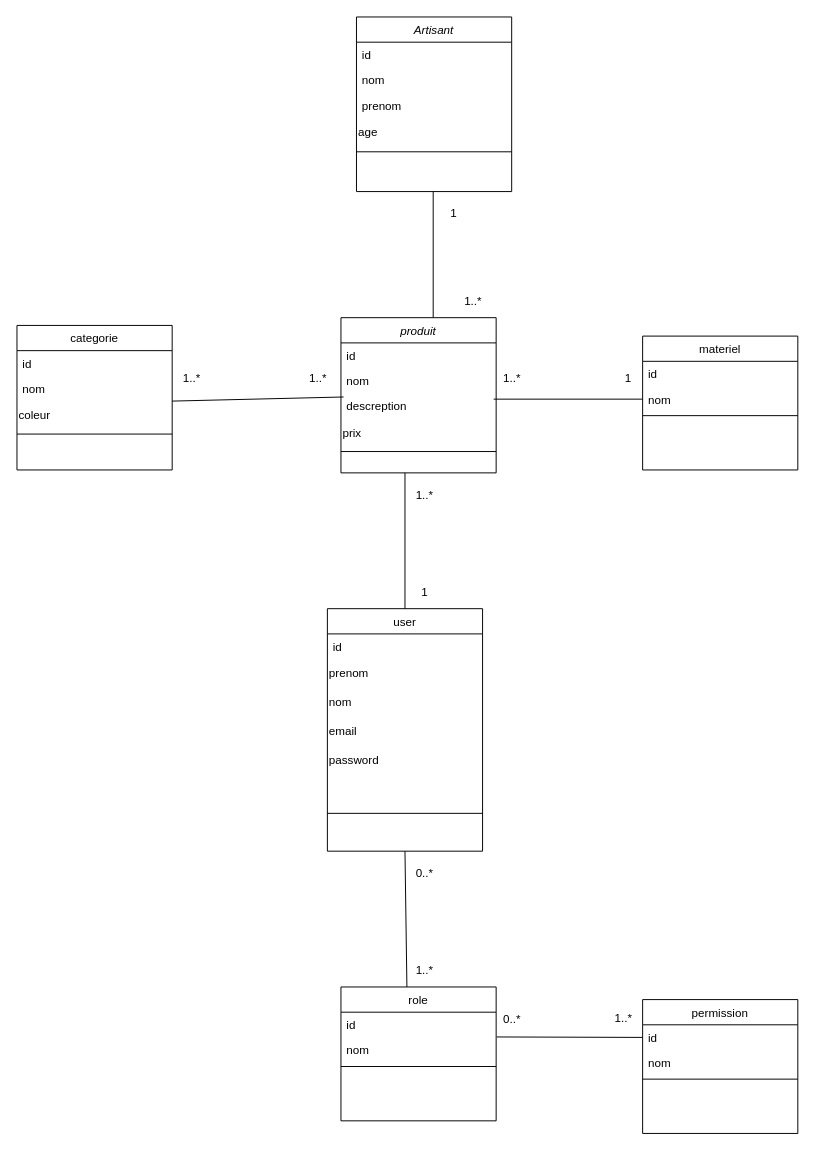
Above: class diagram.drawio in Sanalouafi/snaat-baldi-dashboard (draw.io), before the change. Source tidied: cells renumbered, new cells numbered last; positions are measured from the earlier drawing's top-left corner, leaving out a move shared by most shapes. Both pictures are drawn from the tidied source at 97%, with x=0, y=0 at pixel (16, 16).
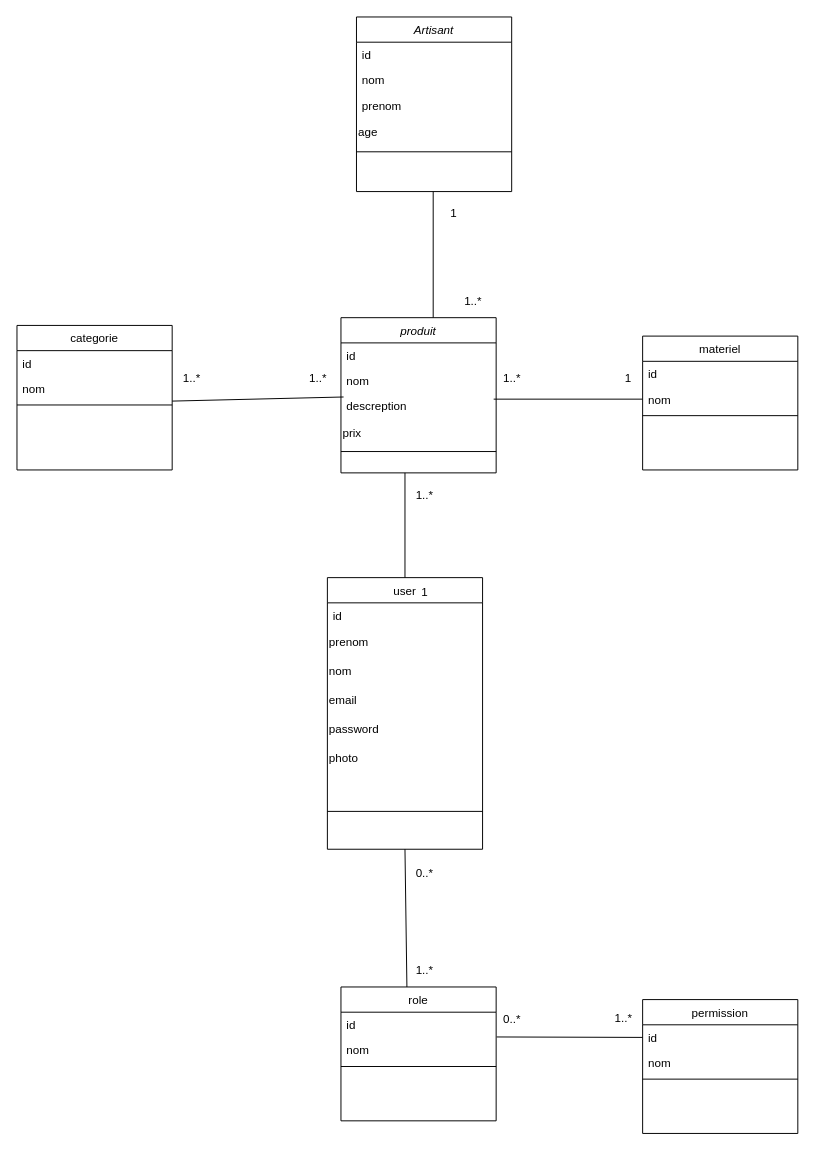
The same diagram, later.

Commit message:
Mettre à jour class diagram.drawio

Unchanged cells that the change refers to:
```xml
<mxCell id="5" value="descreption" style="text;align=left;verticalAlign=top;spacingLeft=4;spacingRight=4;overflow=hidden;points=[[0,0.5],[1,0.5]];portConstraint=eastwest;rounded=0;shadow=0;html=0;" parent="2" vertex="1">
  <mxGeometry y="78" width="160" height="26" as="geometry" />
</mxCell>
<mxCell id="19" value="categorie" style="swimlane;fontStyle=0;align=center;verticalAlign=top;horizontal=1;startSize=26;rounded=0;shadow=0;strokeWidth=1;" parent="1" vertex="1">
  <mxGeometry y="318" width="160" height="149" as="geometry" />
</mxCell>
```

Diff of the diagram source:
```diff
@@
     <mxCell id="12" value="user" style="swimlane;fontStyle=0;align=center;verticalAlign=top;horizontal=1;startSize=26;rounded=0;shadow=0;strokeWidth=1;" parent="1" vertex="1">
-      <mxGeometry x="320" y="610" width="160" height="250" as="geometry" />
+      <mxGeometry x="320" y="578" width="160" height="280" as="geometry" />
     </mxCell>
@@
+    <mxCell id="56" value="&lt;div align=&quot;left&quot;&gt;photo&lt;/div&gt;" style="text;strokeColor=none;align=left;fillColor=none;html=1;verticalAlign=middle;whiteSpace=wrap;rounded=0;" parent="12" vertex="1">
+      <mxGeometry y="172" width="160" height="30" as="geometry" />
+    </mxCell>
     <mxCell id="18" style="line;html=1;strokeWidth=1;align=left;verticalAlign=middle;spacingTop=-1;spacingLeft=3;spacingRight=3;labelPosition=right;" parent="12" vertex="1">
-      <mxGeometry y="172" width="160" height="78" as="geometry" />
+      <mxGeometry y="202" width="160" height="78" as="geometry" />
     </mxCell>
@@
-    <mxCell id="22" value="&lt;div align=&quot;left&quot;&gt;coleur&lt;/div&gt;" style="text;strokeColor=none;align=left;fillColor=none;html=1;verticalAlign=middle;whiteSpace=wrap;rounded=0;" parent="19" vertex="1">
-      <mxGeometry y="78" width="160" height="30" as="geometry" />
-    </mxCell>
     <mxCell id="23" style="line;html=1;strokeWidth=1;align=left;verticalAlign=middle;spacingTop=-1;spacingLeft=3;spacingRight=3;labelPosition=right;" parent="19" vertex="1">
-      <mxGeometry y="108" width="160" height="8" as="geometry" />
+      <mxGeometry y="78" width="160" height="8" as="geometry" />
     </mxCell>
@@
-    <mxCell id="29" style="endArrow=none;html=1;rounded=0;exitX=1;exitY=0;exitDx=0;exitDy=0;entryX=0.017;entryY=0.145;entryDx=0;entryDy=0;entryPerimeter=0;" parent="1" edge="1" source="22" target="5">
-      <mxGeometry relative="1" as="geometry" />
+    <mxCell id="29" style="endArrow=none;html=1;rounded=0;exitX=1;exitY=0;exitDx=0;exitDy=0;entryX=0.017;entryY=0.145;entryDx=0;entryDy=0;entryPerimeter=0;" parent="1" edge="1" target="5">
+      <mxGeometry relative="1" as="geometry">
+        <mxPoint x="160" y="396" as="sourcePoint" />
+      </mxGeometry>
     </mxCell>
```
